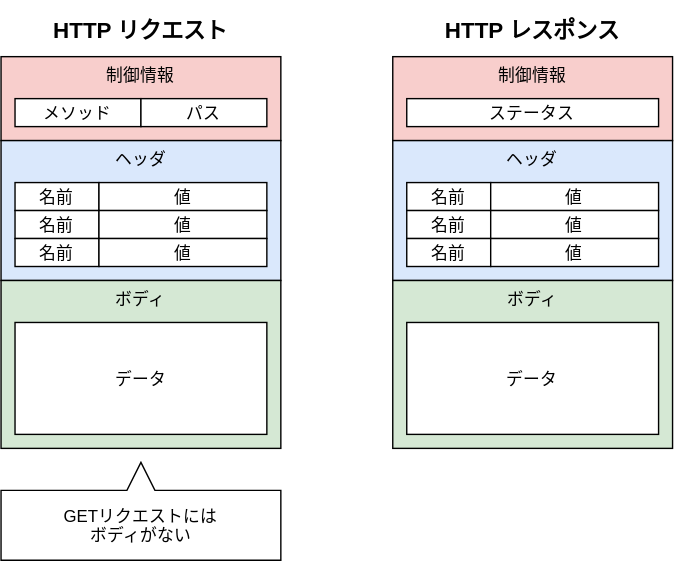
Before: docs/3-web-servers/07-fetch-api-post/http-message.drawio.svg, a diagram exported from draw.io (ut-code/utcode-learn). Source tidied: cells renumbered, new cells last; positions are measured from the earlier drawing's top-left corner, leaving out a move shared by most shapes. The source it was exported from:
```xml
<mxGraphModel>
  <root>
    <mxCell id="0" />
    <mxCell id="1" parent="0" />
    <mxCell id="2" value="HTTP リクエスト" style="text;align=center;verticalAlign=middle;rounded=0;fontStyle=1;fontSize=16;" parent="1" vertex="1">
      <mxGeometry width="200" height="40" as="geometry" />
    </mxCell>
    <mxCell id="3" value="制御情報" style="rounded=0;fillColor=#f8cecc;strokeColor=default;verticalAlign=top;" parent="1" vertex="1">
      <mxGeometry y="40" width="200" height="60" as="geometry" />
    </mxCell>
    <mxCell id="4" value="ヘッダ" style="rounded=0;fillColor=#dae8fc;strokeColor=default;verticalAlign=top;" parent="1" vertex="1">
      <mxGeometry y="100" width="200" height="100" as="geometry" />
    </mxCell>
    <mxCell id="5" value="ボディ" style="rounded=0;fillColor=#d5e8d4;strokeColor=default;verticalAlign=top;" parent="1" vertex="1">
      <mxGeometry y="200" width="200" height="120" as="geometry" />
    </mxCell>
    <mxCell id="6" value="メソッド" style="rounded=0;" parent="1" vertex="1">
      <mxGeometry x="10" y="70" width="90" height="20" as="geometry" />
    </mxCell>
    <mxCell id="7" value="パス" style="rounded=0;" parent="1" vertex="1">
      <mxGeometry x="100" y="70" width="90" height="20" as="geometry" />
    </mxCell>
    <mxCell id="8" value="名前" style="rounded=0;" parent="1" vertex="1">
      <mxGeometry x="10" y="130" width="60" height="20" as="geometry" />
    </mxCell>
    <mxCell id="9" value="値" style="rounded=0;" parent="1" vertex="1">
      <mxGeometry x="70" y="130" width="120" height="20" as="geometry" />
    </mxCell>
    <mxCell id="10" value="名前" style="rounded=0;" parent="1" vertex="1">
      <mxGeometry x="10" y="150" width="60" height="20" as="geometry" />
    </mxCell>
    <mxCell id="11" value="値" style="rounded=0;" parent="1" vertex="1">
      <mxGeometry x="70" y="150" width="120" height="20" as="geometry" />
    </mxCell>
    <mxCell id="12" value="名前" style="rounded=0;" parent="1" vertex="1">
      <mxGeometry x="10" y="170" width="60" height="20" as="geometry" />
    </mxCell>
    <mxCell id="13" value="値" style="rounded=0;" parent="1" vertex="1">
      <mxGeometry x="70" y="170" width="120" height="20" as="geometry" />
    </mxCell>
    <mxCell id="14" value="データ" style="rounded=0;" parent="1" vertex="1">
      <mxGeometry x="10" y="230" width="180" height="80" as="geometry" />
    </mxCell>
    <mxCell id="15" value="HTTP レスポンス" style="text;align=center;verticalAlign=middle;rounded=0;fontStyle=1;fontSize=16;" parent="1" vertex="1">
      <mxGeometry x="280" width="200" height="40" as="geometry" />
    </mxCell>
    <mxCell id="16" value="制御情報" style="rounded=0;fillColor=#f8cecc;strokeColor=default;verticalAlign=top;" parent="1" vertex="1">
      <mxGeometry x="280" y="40" width="200" height="60" as="geometry" />
    </mxCell>
    <mxCell id="17" value="ヘッダ" style="rounded=0;fillColor=#dae8fc;strokeColor=default;verticalAlign=top;" parent="1" vertex="1">
      <mxGeometry x="280" y="100" width="200" height="100" as="geometry" />
    </mxCell>
    <mxCell id="18" value="ボディ" style="rounded=0;fillColor=#d5e8d4;strokeColor=default;verticalAlign=top;" parent="1" vertex="1">
      <mxGeometry x="280" y="200" width="200" height="120" as="geometry" />
    </mxCell>
    <mxCell id="19" value="ステータス" style="rounded=0;" parent="1" vertex="1">
      <mxGeometry x="290" y="70" width="180" height="20" as="geometry" />
    </mxCell>
    <mxCell id="20" value="名前" style="rounded=0;" parent="1" vertex="1">
      <mxGeometry x="290" y="130" width="60" height="20" as="geometry" />
    </mxCell>
    <mxCell id="21" value="値" style="rounded=0;" parent="1" vertex="1">
      <mxGeometry x="350" y="130" width="120" height="20" as="geometry" />
    </mxCell>
    <mxCell id="22" value="名前" style="rounded=0;" parent="1" vertex="1">
      <mxGeometry x="290" y="150" width="60" height="20" as="geometry" />
    </mxCell>
    <mxCell id="23" value="値" style="rounded=0;" parent="1" vertex="1">
      <mxGeometry x="350" y="150" width="120" height="20" as="geometry" />
    </mxCell>
    <mxCell id="24" value="名前" style="rounded=0;" parent="1" vertex="1">
      <mxGeometry x="290" y="170" width="60" height="20" as="geometry" />
    </mxCell>
    <mxCell id="25" value="値" style="rounded=0;" parent="1" vertex="1">
      <mxGeometry x="350" y="170" width="120" height="20" as="geometry" />
    </mxCell>
    <mxCell id="26" value="データ" style="rounded=0;" parent="1" vertex="1">
      <mxGeometry x="290" y="230" width="180" height="80" as="geometry" />
    </mxCell>
    <mxCell id="27" value="GETリクエストには&#10;ボディがない" style="shape=callout;perimeter=calloutPerimeter;direction=west;size=20;position=0.45;position2=0.5;" parent="1" vertex="1">
      <mxGeometry y="330" width="200" height="70" as="geometry" />
    </mxCell>
  </root>
</mxGraphModel>
```
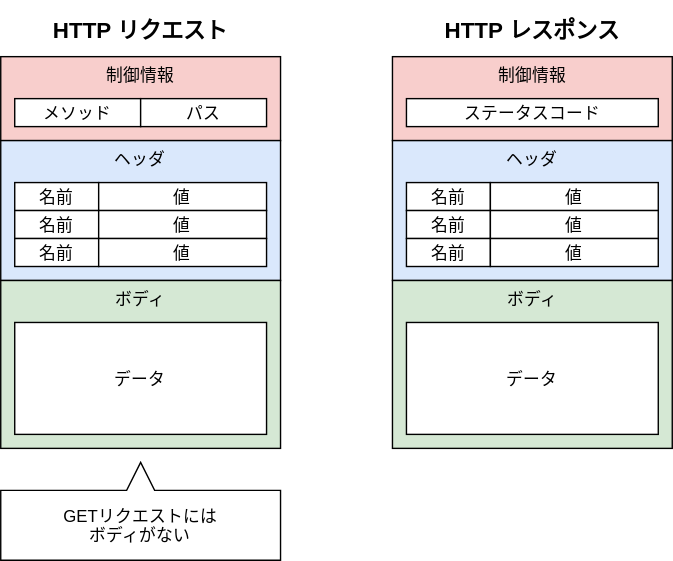
Later version of the same file.

Change to the diagram source:
```diff
@@ -53,7 +53,7 @@
     <mxCell id="18" value="ボディ" style="rounded=0;fillColor=#d5e8d4;strokeColor=default;verticalAlign=top;" parent="1" vertex="1">
       <mxGeometry x="280" y="200" width="200" height="120" as="geometry" />
     </mxCell>
-    <mxCell id="19" value="ステータス" style="rounded=0;" parent="1" vertex="1">
+    <mxCell id="19" value="ステータスコード" style="rounded=0;" parent="1" vertex="1">
       <mxGeometry x="290" y="70" width="180" height="20" as="geometry" />
     </mxCell>
     <mxCell id="20" value="名前" style="rounded=0;" parent="1" vertex="1">
```
